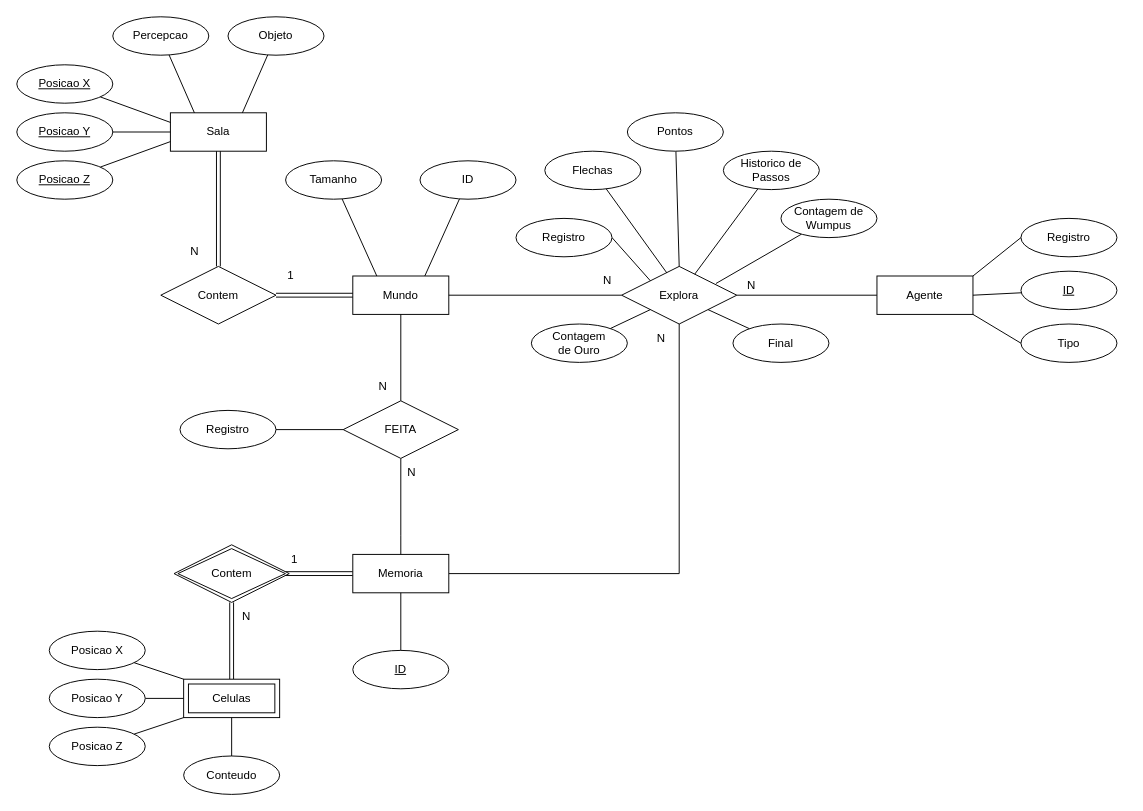
Above: docs/DER.drawio in Johsep06/the-world-of-wumpus-IA (draw.io), before the change. Source tidied: cells renumbered, new cells numbered last; positions are measured from the earlier drawing's top-left corner, leaving out a move shared by most shapes. Both pictures are drawn from the tidied source at 96%, with x=0, y=0 at pixel (16, 16).
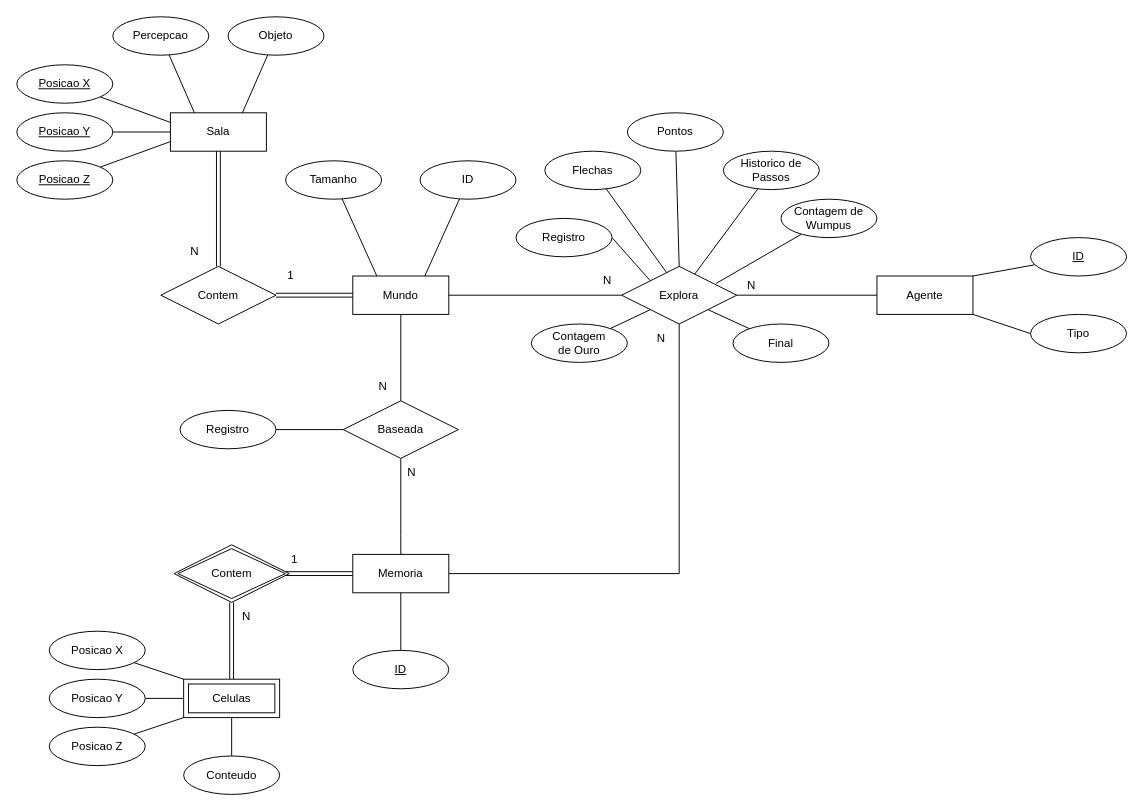
The same page after the edit.

Unchanged cells that the change refers to:
```xml
<mxCell id="5" value="Agente" style="whiteSpace=wrap;html=1;align=center;" parent="1" vertex="1">
  <mxGeometry x="896" y="270" width="100" height="40" as="geometry" />
</mxCell>
```

The edit, as a diff of the source:
```diff
@@
-    <mxCell id="32" style="rounded=0;jettySize=auto;html=1;entryX=1;entryY=0.5;entryDx=0;entryDy=0;endArrow=none;startFill=0;" parent="1" edge="1" source="33" target="5">
+    <mxCell id="32" style="rounded=0;jettySize=auto;html=1;entryX=1;entryY=0;entryDx=0;entryDy=0;endArrow=none;startFill=0;" parent="1" edge="1" source="33" target="5">
       <mxGeometry relative="1" as="geometry" />
     </mxCell>
     <mxCell id="33" value="ID" style="ellipse;whiteSpace=wrap;html=1;align=center;fontStyle=4;" parent="1" vertex="1">
-      <mxGeometry x="1046" y="265" width="100" height="40" as="geometry" />
+      <mxGeometry x="1056" y="230" width="100" height="40" as="geometry" />
     </mxCell>
@@
     <mxCell id="35" value="Tipo" style="ellipse;whiteSpace=wrap;html=1;align=center;" parent="1" vertex="1">
-      <mxGeometry x="1046" y="320" width="100" height="40" as="geometry" />
+      <mxGeometry x="1056" y="310" width="100" height="40" as="geometry" />
     </mxCell>
@@
-    <mxCell id="40" style="rounded=0;jettySize=auto;html=1;entryX=1;entryY=0;entryDx=0;entryDy=0;endArrow=none;startFill=0;exitX=0;exitY=0.5;exitDx=0;exitDy=0;" parent="1" edge="1" source="41" target="5">
-      <mxGeometry relative="1" as="geometry" />
-    </mxCell>
-    <mxCell id="41" value="Registro" style="ellipse;whiteSpace=wrap;html=1;align=center;" parent="1" vertex="1">
-      <mxGeometry x="1046" y="210" width="100" height="40" as="geometry" />
-    </mxCell>
@@
-    <mxCell id="50" value="FEITA" style="shape=rhombus;perimeter=rhombusPerimeter;whiteSpace=wrap;html=1;align=center;" parent="1" vertex="1">
+    <mxCell id="50" value="Baseada" style="shape=rhombus;perimeter=rhombusPerimeter;whiteSpace=wrap;html=1;align=center;" parent="1" vertex="1">
       <mxGeometry x="340" y="400" width="120" height="60" as="geometry" />
     </mxCell>
```
